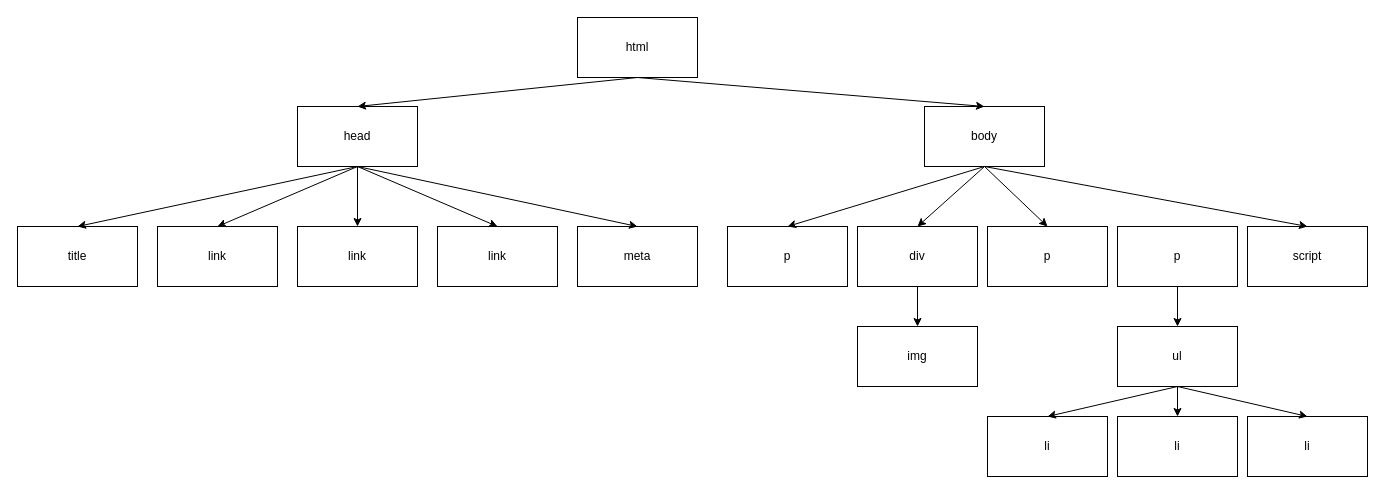
The draw.io diagram DOM/page_cat/cat.drawio in JosephLerouxBook/CNAM_Syracuse, before the edit. Source tidied: cells renumbered, new cells numbered last; positions are measured from the earlier drawing's top-left corner, leaving out a move shared by most shapes. Both pictures are drawn from the tidied source at 100%, with x=0, y=0 at pixel (17, 17).
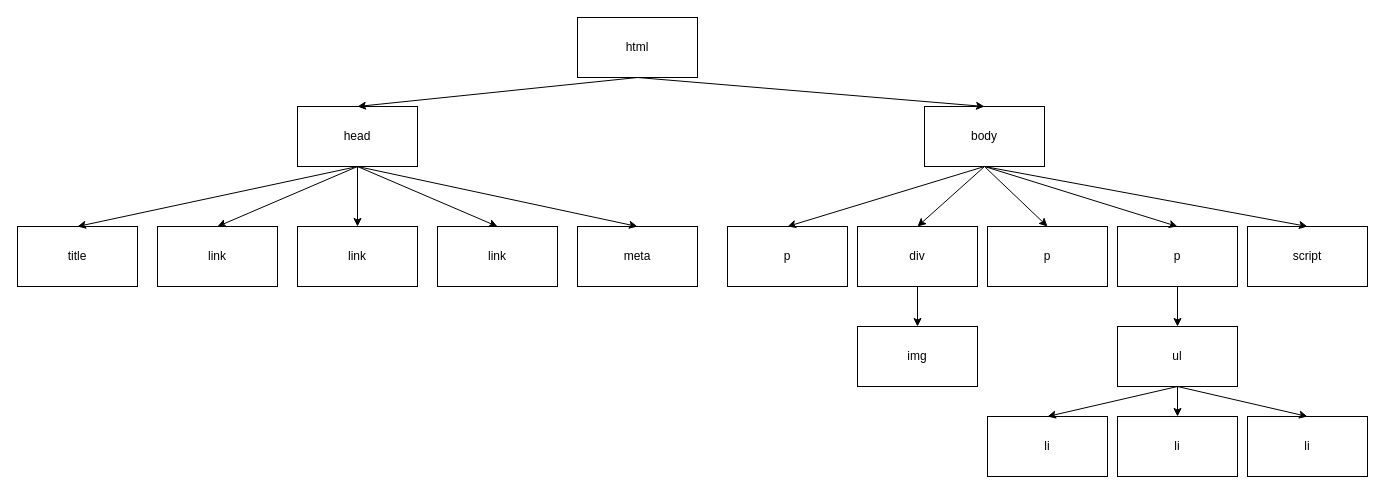
The same page after the edit.

Unchanged cells that the change refers to:
```xml
<mxCell id="15" value="body" style="rounded=0;whiteSpace=wrap;html=1;" parent="1" vertex="1">
  <mxGeometry x="907" y="89" width="120" height="60" as="geometry" />
</mxCell>
<mxCell id="27" value="p" style="rounded=0;whiteSpace=wrap;html=1;" parent="1" vertex="1">
  <mxGeometry x="1100" y="209" width="120" height="60" as="geometry" />
</mxCell>
```

Diff of the diagram source:
```diff
@@
+    <mxCell id="36" style="endArrow=classic;html=1;rounded=0;exitX=0.5;exitY=1;exitDx=0;exitDy=0;entryX=0.5;entryY=0;entryDx=0;entryDy=0;" parent="1" edge="1" source="15" target="27">
+      <mxGeometry relative="1" as="geometry" />
+    </mxCell>
```
